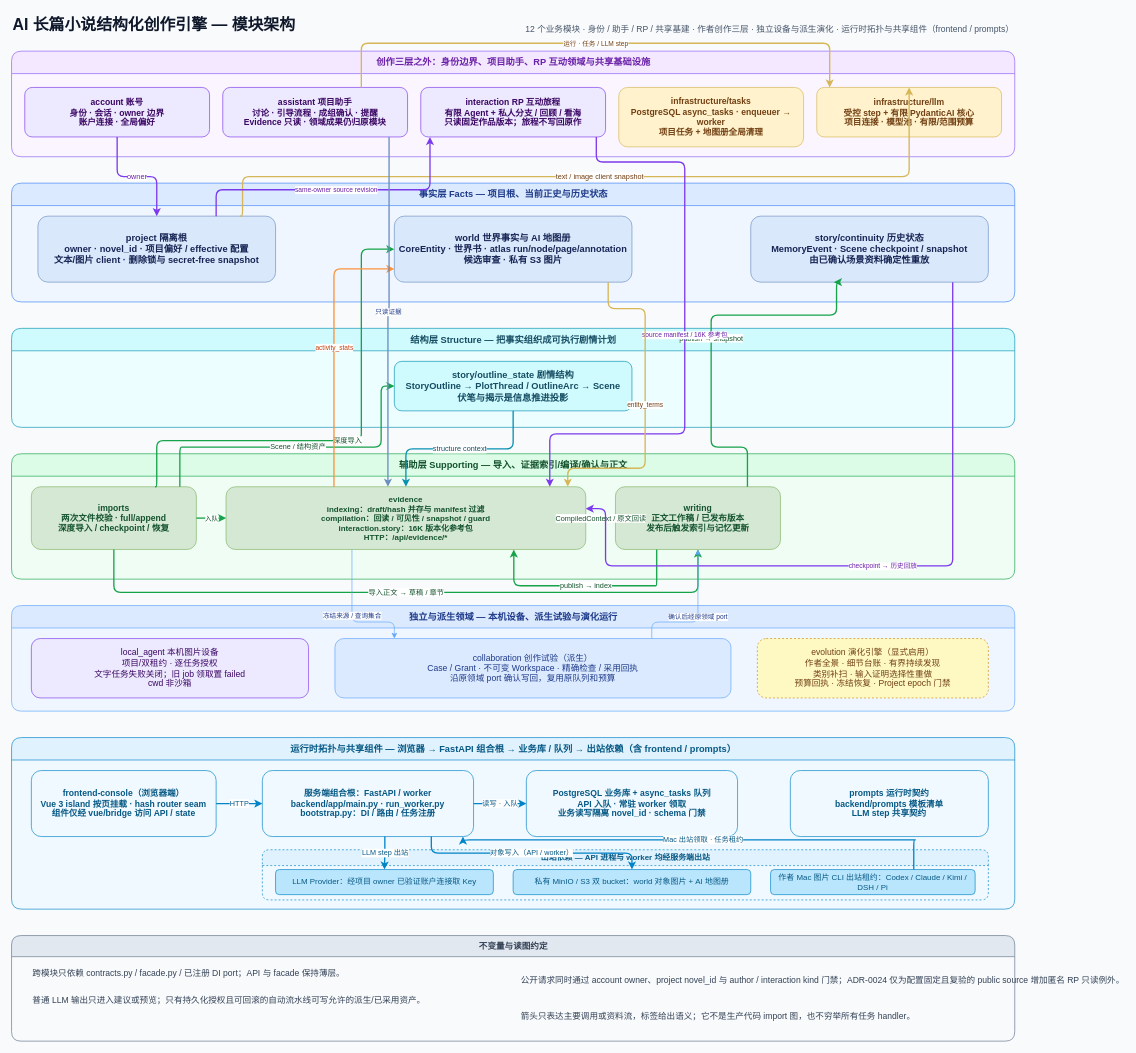
Above: docs/architecture/module-architecture.drawio in FengHuoLinShan/ai-writing-assist (draw.io), before the change. Source tidied: cells renumbered, new cells numbered last; positions are measured from the earlier drawing's top-left corner, leaving out a move shared by most shapes. Both pictures are drawn from the tidied source at 66%, with x=0, y=0 at pixel (11, 11).
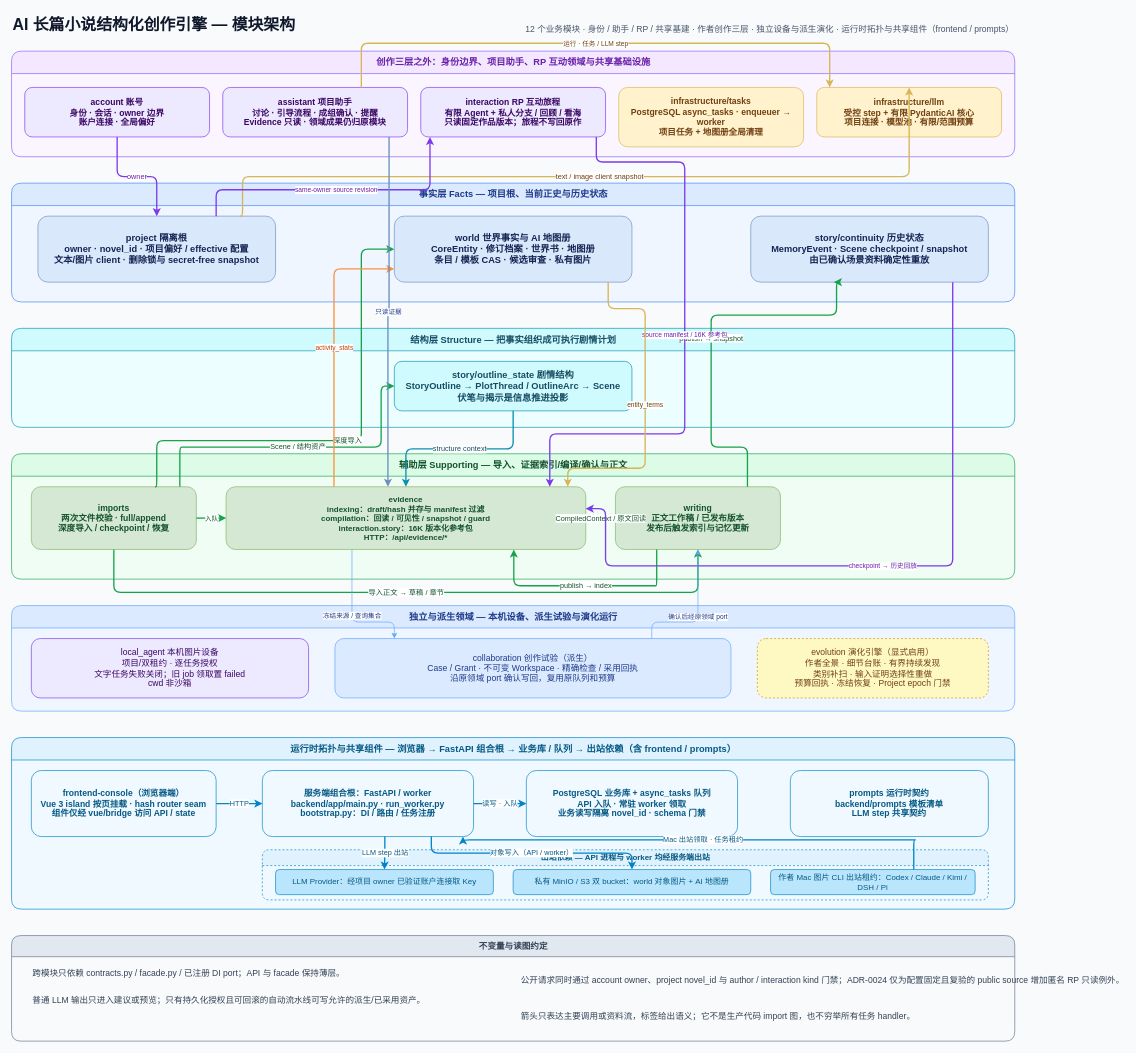
Above is the later version.

Commit message (it also covers changes not shown here):
docs: show dossier and temporal state ownership in architecture

Unchanged cells that the change refers to:
```xml
<mxCell id="10" value="事实层 Facts — 项目根、当前正史与历史状态" style="swimlane;startSize=34;horizontal=1;rounded=1;html=1;fillColor=#dbeafe;swimlaneFillColor=#eff6ff;strokeColor=#3b82f6;fontColor=#1e3a8a;fontSize=14;fontStyle=1;" parent="1" vertex="1">
  <mxGeometry y="260" width="1520" height="180" as="geometry" />
</mxCell>
```

The edit, as a diff of the source:
```diff
@@
-    <mxCell id="12" value="world 世界事实与 AI 地图册&#10;CoreEntity · 世界书 · atlas run/node/page/annotation&#10;候选审查 · 私有 S3 图片" style="rounded=1;whiteSpace=wrap;html=1;fillColor=#dae8fc;strokeColor=#6c8ebf;fontColor=#172554;fontSize=14;fontStyle=1;spacing=8;" parent="10" vertex="1">
+    <mxCell id="12" value="world 世界事实与 AI 地图册&#10;CoreEntity · 修订档案 · 世界书 · 地图册&#10;条目 / 模板 CAS · 候选审查 · 私有图片" style="rounded=1;whiteSpace=wrap;html=1;fillColor=#dae8fc;strokeColor=#6c8ebf;fontColor=#172554;fontSize=14;fontStyle=1;spacing=8;" parent="10" vertex="1">
       <mxGeometry x="580" y="50" width="360" height="100" as="geometry" />
     </mxCell>
```
